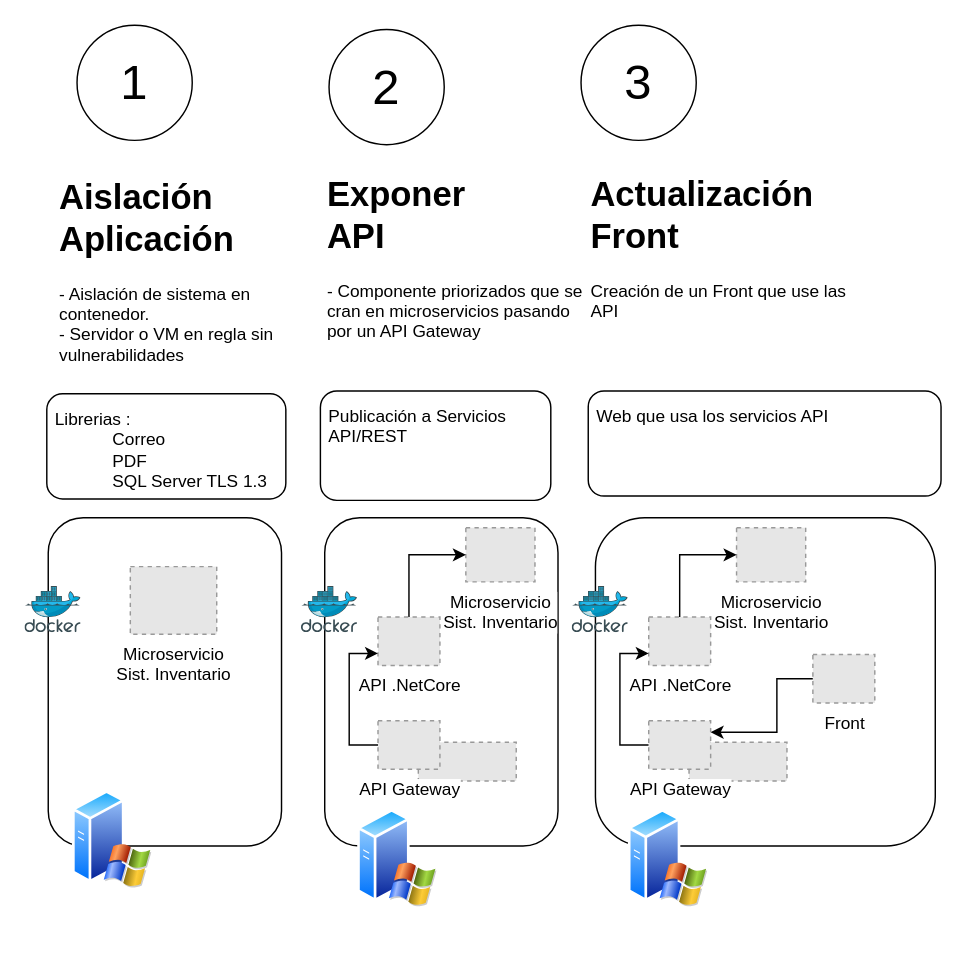
Above: page "Requerimiento general" (1 of 2) of proyectos/BizGroup/IsapreCodelco/Sist. Interconsultas/BizGroup-IsapreCodelco-InterConsultasMédicas.drawio in cohgit/architecture (draw.io), before the change. Source tidied: cells renumbered, new cells numbered last; positions are measured from the earlier drawing's top-left corner, leaving out a move shared by most shapes. Both pictures are drawn from the tidied source at 144%, with x=0, y=0 at pixel (24, 24). Pictures stored in the file or linked from it are replaced by grey dashed boxes.
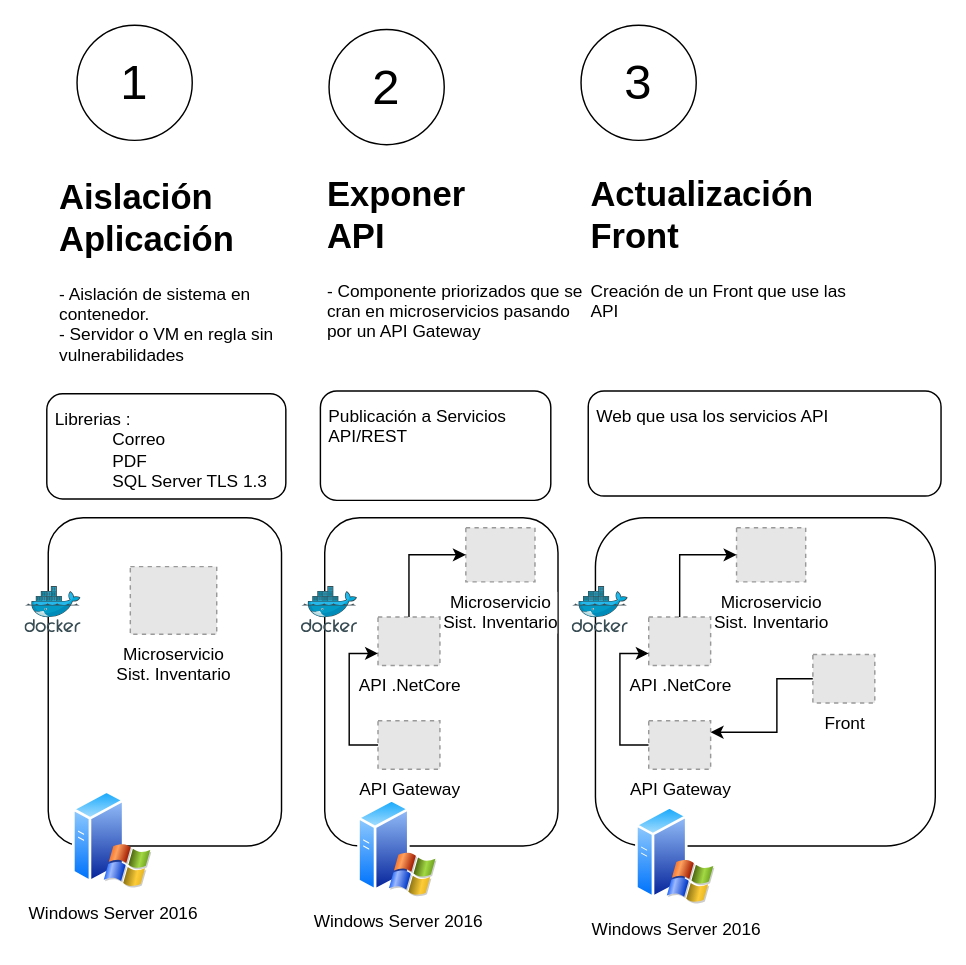
Above is the later version.

Diff of the diagram source:
```diff
@@
-    <mxCell id="12" style="image;perimeter=ellipsePerimeter;html=1;align=center;shadow=0;dashed=0;spacingTop=3;image=img/lib/active_directory/windows_server_2.svg;" parent="1" vertex="1">
+    <mxCell id="12" value="Windows Server 2016" style="image;perimeter=ellipsePerimeter;html=1;align=center;shadow=0;dashed=0;spacingTop=3;image=img/lib/active_directory/windows_server_2.svg;" parent="1" vertex="1">
       <mxGeometry x="33" y="531" width="55.2" height="69" as="geometry" />
     </mxCell>
@@
-    <mxCell id="16" style="image;perimeter=ellipsePerimeter;html=1;align=center;shadow=0;dashed=0;spacingTop=3;image=img/lib/active_directory/windows_server_2.svg;" parent="1" vertex="1">
-      <mxGeometry x="231" y="544" width="55.2" height="69" as="geometry" />
+    <mxCell id="16" value="Windows Server 2016" style="image;perimeter=ellipsePerimeter;html=1;align=center;shadow=0;dashed=0;spacingTop=3;image=img/lib/active_directory/windows_server_2.svg;" parent="1" vertex="1">
+      <mxGeometry x="231" y="537" width="55.2" height="69" as="geometry" />
     </mxCell>
@@
-    <mxCell id="21" style="fillColor=#E6E6E6;strokeColor=#999999;dashed=1;verticalLabelPosition=bottom;labelBackgroundColor=default;verticalAlign=top;" parent="1" vertex="1">
-      <mxGeometry x="273" y="498" width="68" height="26.9" as="geometry" />
-    </mxCell>
@@
-    <mxCell id="25" style="image;perimeter=ellipsePerimeter;html=1;align=center;shadow=0;dashed=0;spacingTop=3;image=img/lib/active_directory/windows_server_2.svg;" parent="1" vertex="1">
-      <mxGeometry x="419" y="544" width="55.2" height="69" as="geometry" />
+    <mxCell id="25" value="Windows Server 2016" style="image;perimeter=ellipsePerimeter;html=1;align=center;shadow=0;dashed=0;spacingTop=3;image=img/lib/active_directory/windows_server_2.svg;" parent="1" vertex="1">
+      <mxGeometry x="424" y="542" width="55.2" height="69" as="geometry" />
     </mxCell>
@@
-    <mxCell id="30" style="fillColor=#E6E6E6;strokeColor=#999999;dashed=1;verticalLabelPosition=bottom;labelBackgroundColor=default;verticalAlign=top;" parent="1" vertex="1">
-      <mxGeometry x="461" y="498" width="68" height="26.9" as="geometry" />
-    </mxCell>
```
